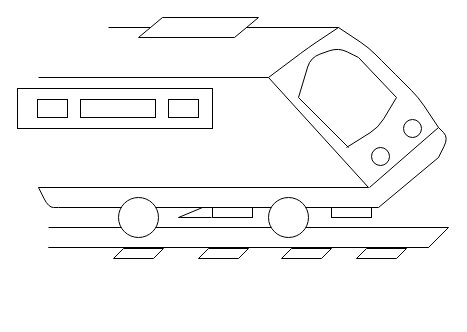
Earlier version of the draw.io diagram page "Page-2" (2 of 2) of Untitled Diagram.drawio (burakbasaraann/drawing). Source tidied: cells renumbered, new cells numbered last; positions are measured from the earlier drawing's top-left corner, leaving out a move shared by most shapes. Both pictures are drawn from the tidied source at 100%, with x=0, y=0 at pixel (17, 17).
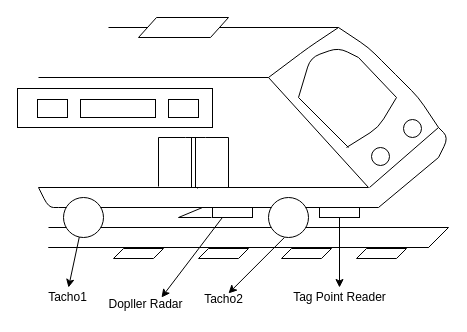
The same diagram, later.

Change to the diagram source:
```diff
@@
     <mxCell id="2" style="rounded=0;whiteSpace=wrap;html=1;fontFamily=Helvetica;fontSize=14;" parent="1" vertex="1">
-      <mxGeometry y="71" width="195" height="40" as="geometry" />
+      <mxGeometry y="71" width="195" height="39" as="geometry" />
     </mxCell>
@@
     <mxCell id="20" style="rounded=0;whiteSpace=wrap;html=1;fontFamily=Helvetica;fontSize=14;" parent="1" vertex="1">
-      <mxGeometry x="314" y="190" width="40" height="10" as="geometry" />
+      <mxGeometry x="302" y="190" width="40" height="10" as="geometry" />
     </mxCell>
@@
     <mxCell id="28" style="ellipse;whiteSpace=wrap;html=1;fontFamily=Helvetica;fontSize=14;" parent="1" vertex="1">
-      <mxGeometry x="101" y="180" width="40" height="40" as="geometry" />
+      <mxGeometry x="46" y="180" width="40" height="40" as="geometry" />
     </mxCell>
@@
     <mxCell id="37" style="shape=parallelogram;perimeter=parallelogramPerimeter;whiteSpace=wrap;html=1;fontFamily=Helvetica;fontSize=14;" parent="1" vertex="1">
-      <mxGeometry x="121" width="120" height="20" as="geometry" />
+      <mxGeometry x="121" width="90" height="20" as="geometry" />
     </mxCell>
+    <mxCell id="38" style="endArrow=classic;html=1;strokeColor=#000000;fontFamily=Helvetica;fontSize=14;" parent="1" edge="1" source="28">
+      <mxGeometry relative="1" as="geometry">
+        <mxPoint x="51" y="270" as="targetPoint" />
+      </mxGeometry>
+    </mxCell>
+    <mxCell id="39" value="Tacho1" style="text;html=1;align=center;verticalAlign=middle;fontSize=12;fontFamily=Helvetica;" parent="1" vertex="1">
+      <mxGeometry x="25" y="270" width="50" height="20" as="geometry" />
+    </mxCell>
+    <mxCell id="40" style="endArrow=classic;html=1;strokeColor=#000000;fontFamily=Helvetica;fontSize=14;" parent="1" edge="1">
+      <mxGeometry relative="1" as="geometry">
+        <mxPoint x="266.9" y="220" as="sourcePoint" />
+        <mxPoint x="211" y="275.9" as="targetPoint" />
+      </mxGeometry>
+    </mxCell>
+    <mxCell id="41" value="Tacho2" style="text;html=1;align=center;verticalAlign=middle;fontSize=12;fontFamily=Helvetica;" parent="1" vertex="1">
+      <mxGeometry x="181" y="272" width="50" height="20" as="geometry" />
+    </mxCell>
+    <mxCell id="42" style="endArrow=classic;html=1;strokeColor=#000000;fontFamily=Helvetica;fontSize=14;" parent="1" edge="1">
+      <mxGeometry relative="1" as="geometry">
+        <mxPoint x="204.9" y="200" as="sourcePoint" />
+        <mxPoint x="144" y="280" as="targetPoint" />
+      </mxGeometry>
+    </mxCell>
+    <mxCell id="43" value="Dopller Radar" style="text;html=1;align=center;verticalAlign=middle;fontSize=12;fontFamily=Helvetica;" parent="1" vertex="1">
+      <mxGeometry x="83" y="277" width="90" height="20" as="geometry" />
+    </mxCell>
+    <mxCell id="44" style="endArrow=classic;html=1;strokeColor=#000000;fontFamily=Helvetica;fontSize=12;exitX=0.5;exitY=1;exitDx=0;exitDy=0;" parent="1" edge="1" source="20">
+      <mxGeometry relative="1" as="geometry">
+        <mxPoint x="322" y="270" as="targetPoint" />
+      </mxGeometry>
+    </mxCell>
+    <mxCell id="45" value="Tag Point Reader" style="text;html=1;align=center;verticalAlign=middle;fontSize=12;fontFamily=Helvetica;" parent="1" vertex="1">
+      <mxGeometry x="267" y="270" width="110" height="20" as="geometry" />
+    </mxCell>
+    <mxCell id="46" style="endArrow=none;html=1;strokeColor=#000000;fontFamily=Helvetica;fontSize=12;" parent="1" edge="1">
+      <mxGeometry relative="1" as="geometry">
+        <mxPoint x="180" y="171" as="sourcePoint" />
+        <mxPoint x="179.7" y="170" as="targetPoint" />
+      </mxGeometry>
+    </mxCell>
+    <mxCell id="47" style="endArrow=none;html=1;strokeColor=#000000;fontFamily=Helvetica;fontSize=12;" parent="1" edge="1">
+      <mxGeometry relative="1" as="geometry">
+        <mxPoint x="141" y="120" as="sourcePoint" />
+        <mxPoint x="141" y="169" as="targetPoint" />
+      </mxGeometry>
+    </mxCell>
+    <mxCell id="48" style="endArrow=none;html=1;strokeColor=#000000;fontFamily=Helvetica;fontSize=12;" parent="1" edge="1">
+      <mxGeometry relative="1" as="geometry">
+        <mxPoint x="211" y="120" as="sourcePoint" />
+        <mxPoint x="141" y="120" as="targetPoint" />
+        <Array as="points">
+          <mxPoint x="178" y="120" />
+        </Array>
+      </mxGeometry>
+    </mxCell>
+    <mxCell id="49" style="endArrow=none;html=1;strokeColor=#000000;fontFamily=Helvetica;fontSize=12;" parent="1" edge="1">
+      <mxGeometry relative="1" as="geometry">
+        <mxPoint x="211" y="170" as="sourcePoint" />
+        <mxPoint x="211" y="120" as="targetPoint" />
+      </mxGeometry>
+    </mxCell>
+    <mxCell id="50" style="shape=link;html=1;strokeColor=#000000;fontFamily=Helvetica;fontSize=12;" parent="1" edge="1">
+      <mxGeometry relative="1" as="geometry">
+        <mxPoint x="176" y="170" as="sourcePoint" />
+        <mxPoint x="176" y="120" as="targetPoint" />
+      </mxGeometry>
+    </mxCell>
```
